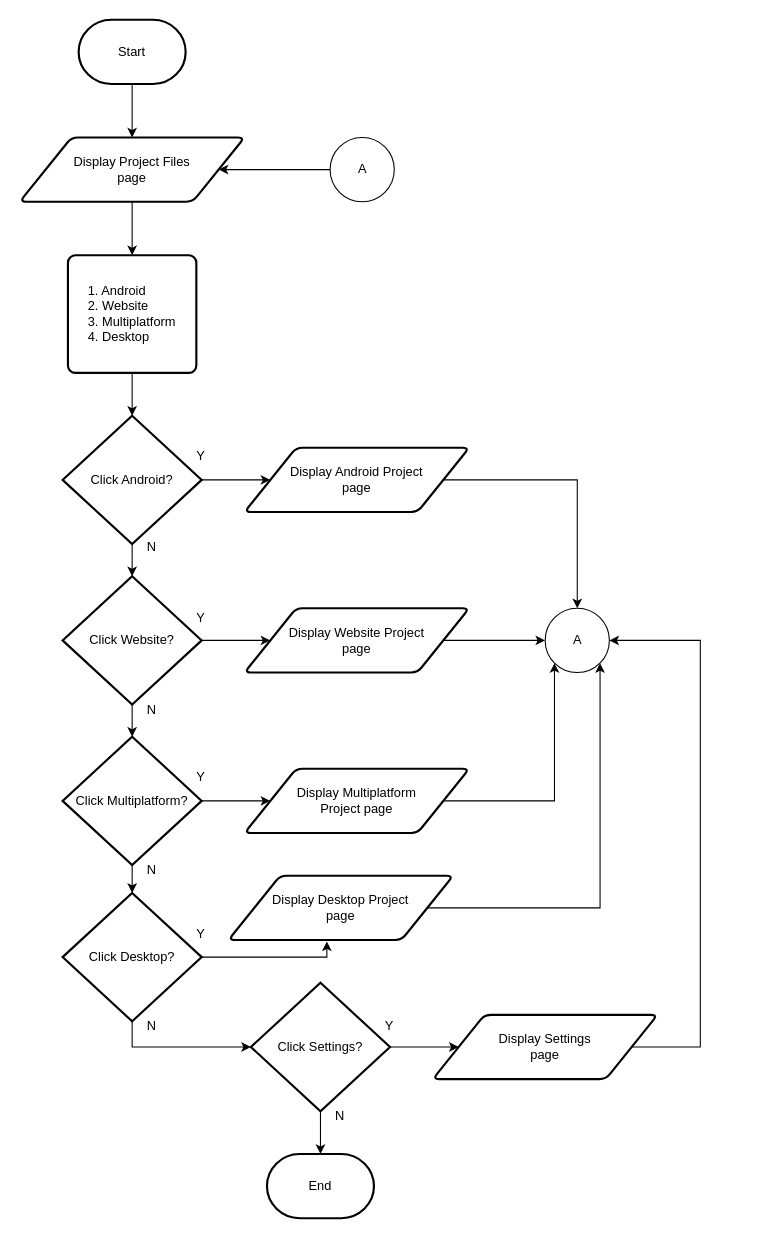
dapzz-id/DrawIO keeps this draw.io diagram as page "Page - PF for Member" (7 of 14) of KP2.drawio. Above is the earlier version. Source tidied: cells renumbered, new cells numbered last; positions are measured from the earlier drawing's top-left corner, leaving out a move shared by most shapes. Both pictures are drawn from the tidied source at 107%, with x=0, y=0 at pixel (19, 19).
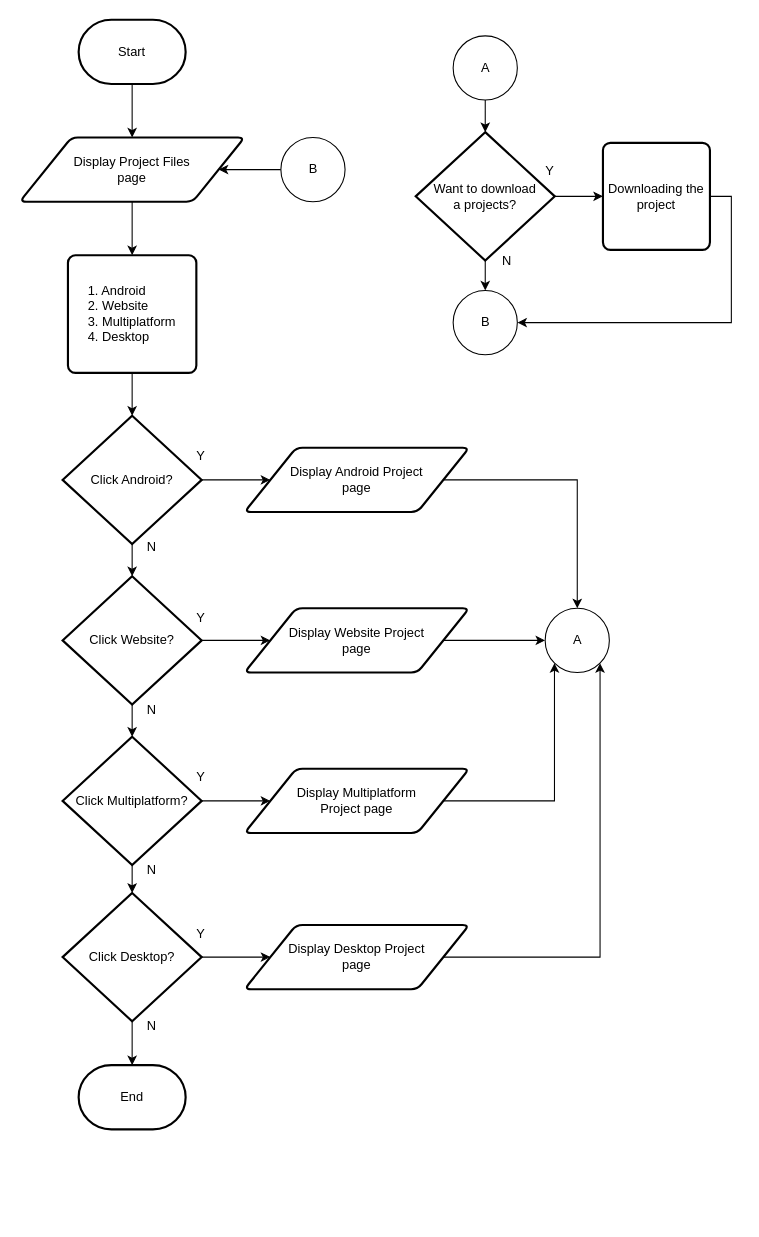
Above is the later version.

Unchanged cells that the change refers to:
```xml
<mxCell id="34" value="A" style="verticalLabelPosition=middle;verticalAlign=middle;html=1;shape=mxgraph.flowchart.on-page_reference;labelPosition=center;align=center;" parent="1" vertex="1">
  <mxGeometry x="491" y="550" width="60" height="60" as="geometry" />
</mxCell>
<mxCell id="39" value="Click Desktop?" style="strokeWidth=2;html=1;shape=mxgraph.flowchart.decision;whiteSpace=wrap;" parent="1" vertex="1">
  <mxGeometry x="40" y="816" width="130" height="120" as="geometry" />
</mxCell>
```

Diff of the diagram source:
```diff
@@
-    <mxCell id="17" style="edgeStyle=orthogonalEdgeStyle;rounded=0;jettySize=auto;html=1;" parent="1" edge="1" source="19" target="20">
-      <mxGeometry relative="1" as="geometry" />
-    </mxCell>
-    <mxCell id="18" style="edgeStyle=orthogonalEdgeStyle;rounded=0;jettySize=auto;html=1;" parent="1" edge="1" source="19" target="32">
-      <mxGeometry relative="1" as="geometry" />
-    </mxCell>
-    <mxCell id="19" value="Click Settings?" style="strokeWidth=2;html=1;shape=mxgraph.flowchart.decision;whiteSpace=wrap;" parent="1" vertex="1">
-      <mxGeometry x="216" y="900" width="130" height="120" as="geometry" />
-    </mxCell>
     <mxCell id="20" value="End" style="strokeWidth=2;html=1;shape=mxgraph.flowchart.terminator;whiteSpace=wrap;" parent="1" vertex="1">
-      <mxGeometry x="231" y="1060" width="100" height="60" as="geometry" />
+      <mxGeometry x="55" y="977" width="100" height="60" as="geometry" />
     </mxCell>
@@
-    <mxCell id="24" value="N" style="text;html=1;align=center;verticalAlign=middle;strokeColor=none;fillColor=none;" parent="1" vertex="1">
-      <mxGeometry x="284" y="1010" width="30" height="30" as="geometry" />
-    </mxCell>
@@
-    <mxCell id="32" value="Display Settings&lt;div&gt;&lt;span style=&quot;background-color: transparent; color: light-dark(rgb(0, 0, 0), rgb(255, 255, 255));&quot;&gt;page&lt;/span&gt;&lt;/div&gt;" style="shape=parallelogram;html=1;strokeWidth=2;perimeter=parallelogramPerimeter;whiteSpace=wrap;rounded=1;arcSize=12;size=0.23;" parent="1" vertex="1">
-      <mxGeometry x="386" y="930" width="210" height="60" as="geometry" />
-    </mxCell>
-    <mxCell id="33" value="Y" style="text;html=1;align=center;verticalAlign=middle;strokeColor=none;fillColor=none;" parent="1" vertex="1">
-      <mxGeometry x="330" y="926" width="30" height="30" as="geometry" />
-    </mxCell>
@@
-    <mxCell id="37" value="A" style="verticalLabelPosition=middle;verticalAlign=middle;html=1;shape=mxgraph.flowchart.on-page_reference;labelPosition=center;align=center;" parent="1" vertex="1">
-      <mxGeometry x="290" y="110" width="60" height="60" as="geometry" />
+    <mxCell id="37" value="B" style="verticalLabelPosition=middle;verticalAlign=middle;html=1;shape=mxgraph.flowchart.on-page_reference;labelPosition=center;align=center;" parent="1" vertex="1">
+      <mxGeometry x="244" y="110" width="60" height="60" as="geometry" />
     </mxCell>
+    <mxCell id="47" style="edgeStyle=orthogonalEdgeStyle;rounded=0;jettySize=auto;html=1;" parent="1" edge="1" source="39" target="20">
+      <mxGeometry relative="1" as="geometry" />
+    </mxCell>
-    <mxCell id="38" style="edgeStyle=orthogonalEdgeStyle;rounded=0;jettySize=auto;html=1;exitX=1;exitY=0.5;exitDx=0;exitDy=0;exitPerimeter=0;entryX=0.438;entryY=1.023;entryDx=0;entryDy=0;entryPerimeter=0;" parent="1" edge="1" source="39" target="42">
-      <mxGeometry relative="1" as="geometry">
-        <Array as="points">
-          <mxPoint x="287" y="876" />
-        </Array>
-      </mxGeometry>
+    <mxCell id="38" style="edgeStyle=orthogonalEdgeStyle;rounded=0;jettySize=auto;html=1;" parent="1" edge="1" source="39" target="42">
+      <mxGeometry relative="1" as="geometry" />
     </mxCell>
@@
-    <mxCell id="41" style="edgeStyle=orthogonalEdgeStyle;rounded=0;jettySize=auto;html=1;exitX=0.5;exitY=1;exitDx=0;exitDy=0;exitPerimeter=0;entryX=0;entryY=0.5;entryDx=0;entryDy=0;entryPerimeter=0;" parent="1" edge="1" source="39" target="19">
-      <mxGeometry relative="1" as="geometry" />
-    </mxCell>
     <mxCell id="42" value="Display Desktop Project&lt;div&gt;&lt;span style=&quot;background-color: transparent; color: light-dark(rgb(0, 0, 0), rgb(255, 255, 255));&quot;&gt;page&lt;/span&gt;&lt;/div&gt;" style="shape=parallelogram;html=1;strokeWidth=2;perimeter=parallelogramPerimeter;whiteSpace=wrap;rounded=1;arcSize=12;size=0.23;" parent="1" vertex="1">
-      <mxGeometry x="195" y="800" width="210" height="60" as="geometry" />
+      <mxGeometry x="210" y="846" width="210" height="60" as="geometry" />
     </mxCell>
@@
-    <mxCell id="44" style="edgeStyle=orthogonalEdgeStyle;rounded=0;jettySize=auto;html=1;exitX=1;exitY=0.5;exitDx=0;exitDy=0;entryX=1;entryY=0.5;entryDx=0;entryDy=0;entryPerimeter=0;" parent="1" edge="1" source="32" target="34">
-      <mxGeometry relative="1" as="geometry">
-        <Array as="points">
-          <mxPoint x="636" y="960" />
-          <mxPoint x="636" y="580" />
-        </Array>
-      </mxGeometry>
-    </mxCell>
@@
+    <mxCell id="48" style="edgeStyle=orthogonalEdgeStyle;rounded=0;jettySize=auto;html=1;" parent="1" edge="1" source="49" target="52">
+      <mxGeometry relative="1" as="geometry" />
+    </mxCell>
+    <mxCell id="49" value="A" style="verticalLabelPosition=middle;verticalAlign=middle;html=1;shape=mxgraph.flowchart.on-page_reference;labelPosition=center;align=center;" parent="1" vertex="1">
+      <mxGeometry x="405" y="15" width="60" height="60" as="geometry" />
+    </mxCell>
+    <mxCell id="50" style="edgeStyle=orthogonalEdgeStyle;rounded=0;jettySize=auto;html=1;" parent="1" edge="1" source="52" target="53">
+      <mxGeometry relative="1" as="geometry" />
+    </mxCell>
+    <mxCell id="51" style="edgeStyle=orthogonalEdgeStyle;rounded=0;jettySize=auto;html=1;" parent="1" edge="1" source="52" target="54">
+      <mxGeometry relative="1" as="geometry" />
+    </mxCell>
+    <mxCell id="52" value="Want to download&lt;div&gt;&lt;span style=&quot;background-color: transparent; color: light-dark(rgb(0, 0, 0), rgb(255, 255, 255));&quot;&gt;a projects?&lt;/span&gt;&lt;/div&gt;" style="strokeWidth=2;html=1;shape=mxgraph.flowchart.decision;whiteSpace=wrap;" parent="1" vertex="1">
+      <mxGeometry x="370" y="105" width="130" height="120" as="geometry" />
+    </mxCell>
+    <mxCell id="53" value="B" style="verticalLabelPosition=middle;verticalAlign=middle;html=1;shape=mxgraph.flowchart.on-page_reference;labelPosition=center;align=center;" parent="1" vertex="1">
+      <mxGeometry x="405" y="253" width="60" height="60" as="geometry" />
+    </mxCell>
+    <mxCell id="24" value="N" style="text;html=1;align=center;verticalAlign=middle;strokeColor=none;fillColor=none;" parent="1" vertex="1">
+      <mxGeometry x="440" y="211" width="30" height="30" as="geometry" />
+    </mxCell>
+    <mxCell id="54" value="Downloading the project" style="rounded=1;whiteSpace=wrap;html=1;absoluteArcSize=1;arcSize=14;strokeWidth=2;" parent="1" vertex="1">
+      <mxGeometry x="545" y="115" width="100" height="100" as="geometry" />
+    </mxCell>
+    <mxCell id="33" value="Y" style="text;html=1;align=center;verticalAlign=middle;strokeColor=none;fillColor=none;" parent="1" vertex="1">
+      <mxGeometry x="480" y="127" width="30" height="30" as="geometry" />
+    </mxCell>
+    <mxCell id="55" style="edgeStyle=orthogonalEdgeStyle;rounded=0;jettySize=auto;html=1;exitX=1;exitY=0.5;exitDx=0;exitDy=0;entryX=1;entryY=0.5;entryDx=0;entryDy=0;entryPerimeter=0;" parent="1" edge="1" source="54" target="53">
+      <mxGeometry relative="1" as="geometry" />
+    </mxCell>
```
